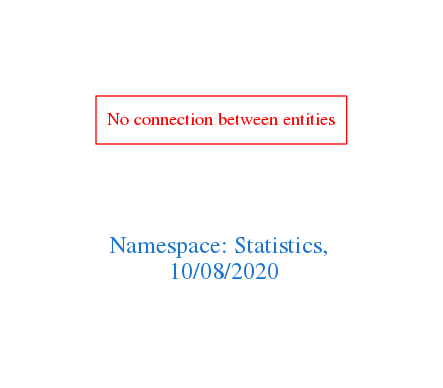
arago/OGIT keeps this Graphviz diagram as downloads/Statistics.png. Above is the earlier version. Its source is kept beside it as downloads/Statistics.dot.
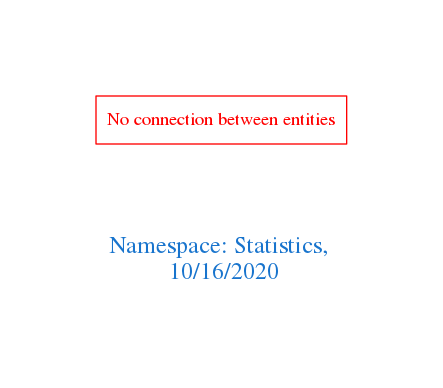
The same diagram one commit later.

What changed in the source:
```diff
@@ -1,7 +1,7 @@
 digraph OGIT_ontology {
  graph [ rankdir= LR,pad=1
 fontsize = 18,
-fontcolor= dodgerblue3,label = "\n\n\nNamespace: Statistics, \n 10/08/2020"];
+fontcolor= dodgerblue3,label = "\n\n\nNamespace: Statistics, \n 10/16/2020"];
 node[shape=polygon];
 edge [  color="gray81"];
 
```
